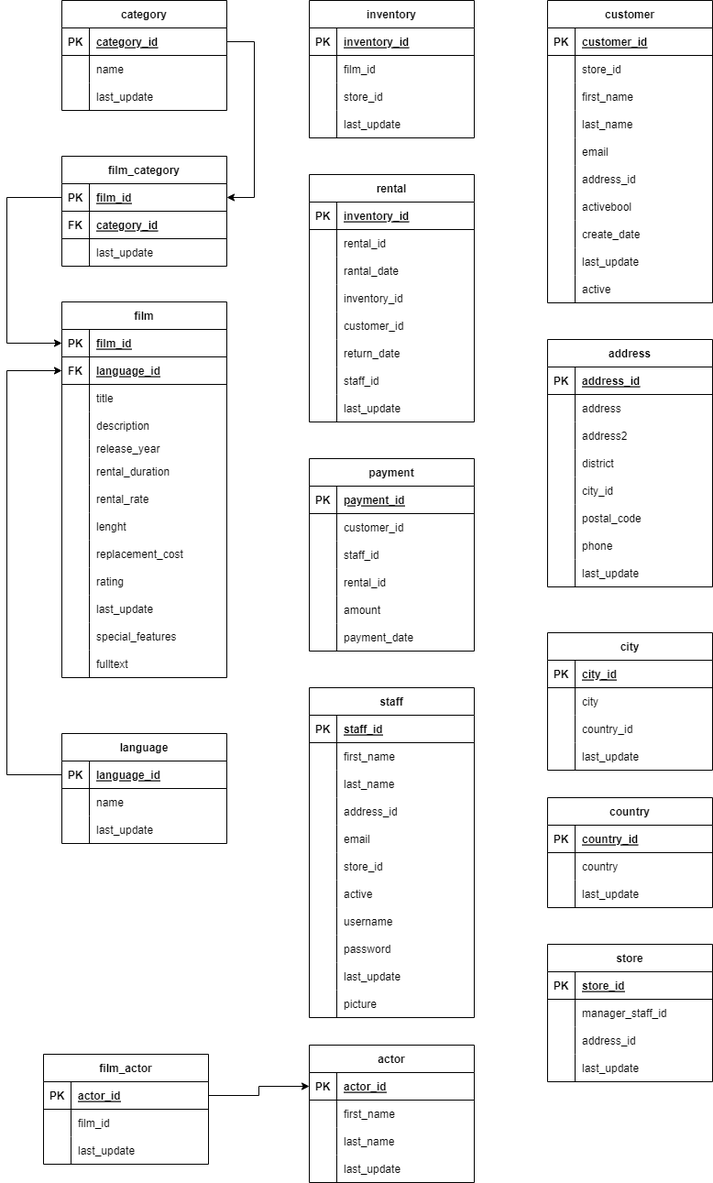
Earlier version of the draw.io export DVD Rental ER Model.drawio.png (MarianSulik/DE_diagrams). Source tidied: cells renumbered, new cells last; positions are measured from the earlier drawing's top-left corner, leaving out a move shared by most shapes.
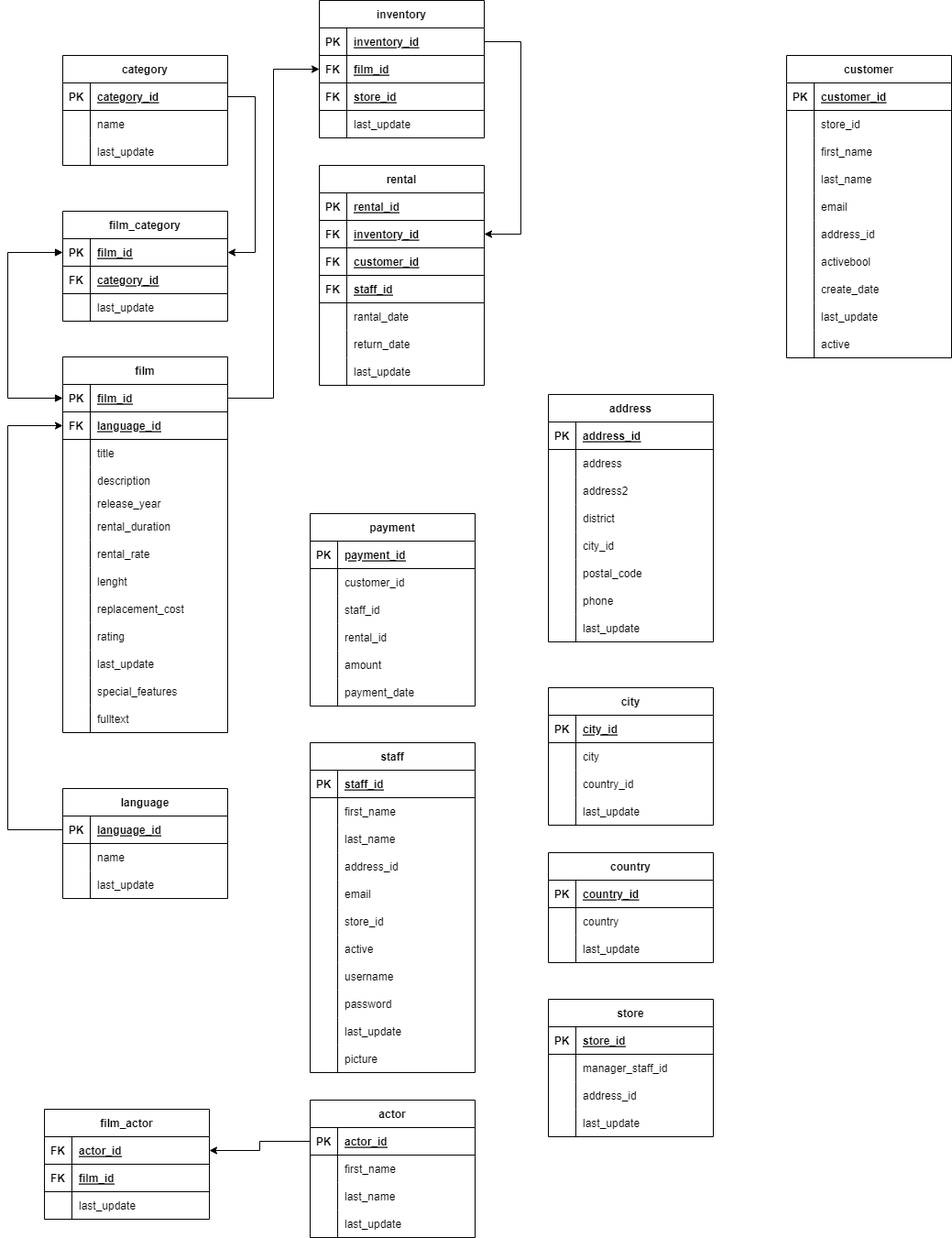
The same file after the commit.

Diff of the diagram source:
```diff
@@ -215,24 +215,24 @@
     <mxCell id="72" value="film_actor" style="shape=table;startSize=30;rowLines=0;fontStyle=1;align=center;" parent="1" vertex="1">
       <mxGeometry x="40" y="1150" width="180" height="120" as="geometry" />
     </mxCell>
+    <mxCell id="282" style="shape=tableRow;horizontal=0;startSize=0;swimlaneHead=0;swimlaneBody=0;fillColor=none;points=[[0,0.5],[1,0.5]];portConstraint=eastwest;top=0;left=0;right=0;bottom=1;" parent="72" vertex="1">
+      <mxGeometry y="30" width="180" height="30" as="geometry" />
+    </mxCell>
+    <mxCell id="283" value="FK" style="shape=partialRectangle;fillColor=none;top=0;left=0;bottom=0;right=0;fontStyle=1;overflow=hidden;" parent="282" vertex="1">
+      <mxGeometry width="30" height="30" as="geometry" />
+    </mxCell>
+    <mxCell id="284" value="actor_id" style="shape=partialRectangle;fillColor=none;top=0;left=0;bottom=0;right=0;align=left;spacingLeft=6;fontStyle=5;overflow=hidden;" parent="282" vertex="1">
+      <mxGeometry x="30" width="150" height="30" as="geometry" />
+    </mxCell>
     <mxCell id="73" style="shape=tableRow;horizontal=0;startSize=0;swimlaneHead=0;swimlaneBody=0;fillColor=none;points=[[0,0.5],[1,0.5]];portConstraint=eastwest;top=0;left=0;right=0;bottom=1;" parent="72" vertex="1">
-      <mxGeometry y="30" width="180" height="30" as="geometry" />
+      <mxGeometry y="60" width="180" height="30" as="geometry" />
     </mxCell>
-    <mxCell id="74" value="PK" style="shape=partialRectangle;fillColor=none;top=0;left=0;bottom=0;right=0;fontStyle=1;overflow=hidden;" parent="73" vertex="1">
+    <mxCell id="74" value="FK" style="shape=partialRectangle;fillColor=none;top=0;left=0;bottom=0;right=0;fontStyle=1;overflow=hidden;" parent="73" vertex="1">
       <mxGeometry width="30" height="30" as="geometry" />
     </mxCell>
-    <mxCell id="75" value="actor_id" style="shape=partialRectangle;fillColor=none;top=0;left=0;bottom=0;right=0;align=left;spacingLeft=6;fontStyle=5;overflow=hidden;" parent="73" vertex="1">
+    <mxCell id="75" value="film_id" style="shape=partialRectangle;fillColor=none;top=0;left=0;bottom=0;right=0;align=left;spacingLeft=6;fontStyle=5;overflow=hidden;" parent="73" vertex="1">
       <mxGeometry x="30" width="150" height="30" as="geometry" />
     </mxCell>
-    <mxCell id="76" style="shape=tableRow;horizontal=0;startSize=0;swimlaneHead=0;swimlaneBody=0;fillColor=none;top=0;left=0;right=0;bottom=0;" parent="72" vertex="1">
-      <mxGeometry y="60" width="180" height="30" as="geometry" />
-    </mxCell>
-    <mxCell id="77" style="shape=partialRectangle;fillColor=none;top=0;left=0;bottom=0;right=0;overflow=hidden;" parent="76" vertex="1">
-      <mxGeometry width="30" height="30" as="geometry" />
-    </mxCell>
-    <mxCell id="78" value="film_id" style="shape=partialRectangle;fillColor=none;top=0;left=0;bottom=0;right=0;align=left;spacingLeft=6;overflow=hidden;" parent="76" vertex="1">
-      <mxGeometry x="30" width="150" height="30" as="geometry" />
-    </mxCell>
     <mxCell id="79" style="shape=tableRow;horizontal=0;startSize=0;swimlaneHead=0;swimlaneBody=0;fillColor=none;top=0;left=0;right=0;bottom=0;" parent="72" vertex="1">
       <mxGeometry y="90" width="180" height="30" as="geometry" />
     </mxCell>
@@ -243,7 +243,7 @@
       <mxGeometry x="30" width="150" height="30" as="geometry" />
     </mxCell>
     <mxCell id="82" value="inventory" style="shape=table;startSize=30;rowLines=0;fontStyle=1;align=center;" parent="1" vertex="1">
-      <mxGeometry x="330" width="180" height="150" as="geometry" />
+      <mxGeometry x="340" y="-60" width="180" height="150" as="geometry" />
     </mxCell>
     <mxCell id="83" style="shape=tableRow;horizontal=0;startSize=0;swimlaneHead=0;swimlaneBody=0;fillColor=none;points=[[0,0.5],[1,0.5]];portConstraint=eastwest;top=0;left=0;right=0;bottom=1;" parent="82" vertex="1">
       <mxGeometry y="30" width="180" height="30" as="geometry" />
@@ -254,22 +254,22 @@
     <mxCell id="85" value="inventory_id" style="shape=partialRectangle;fillColor=none;top=0;left=0;bottom=0;right=0;align=left;spacingLeft=6;fontStyle=5;overflow=hidden;" parent="83" vertex="1">
       <mxGeometry x="30" width="150" height="30" as="geometry" />
     </mxCell>
-    <mxCell id="86" style="shape=tableRow;horizontal=0;startSize=0;swimlaneHead=0;swimlaneBody=0;fillColor=none;top=0;left=0;right=0;bottom=0;" parent="82" vertex="1">
-      <mxGeometry y="60" width="180" height="30" as="geometry" />
-    </mxCell>
-    <mxCell id="87" style="shape=partialRectangle;fillColor=none;top=0;left=0;bottom=0;right=0;overflow=hidden;" parent="86" vertex="1">
-      <mxGeometry width="30" height="30" as="geometry" />
-    </mxCell>
-    <mxCell id="88" value="film_id" style="shape=partialRectangle;fillColor=none;top=0;left=0;bottom=0;right=0;align=left;spacingLeft=6;overflow=hidden;" parent="86" vertex="1">
-      <mxGeometry x="30" width="150" height="30" as="geometry" />
-    </mxCell>
-    <mxCell id="89" style="shape=tableRow;horizontal=0;startSize=0;swimlaneHead=0;swimlaneBody=0;fillColor=none;top=0;left=0;right=0;bottom=0;" parent="82" vertex="1">
-      <mxGeometry y="90" width="180" height="30" as="geometry" />
-    </mxCell>
-    <mxCell id="90" style="shape=partialRectangle;fillColor=none;top=0;left=0;bottom=0;right=0;overflow=hidden;" parent="89" vertex="1">
-      <mxGeometry width="30" height="30" as="geometry" />
-    </mxCell>
+    <mxCell id="285" style="shape=tableRow;horizontal=0;startSize=0;swimlaneHead=0;swimlaneBody=0;fillColor=none;points=[[0,0.5],[1,0.5]];portConstraint=eastwest;top=0;left=0;right=0;bottom=1;" parent="82" vertex="1">
+      <mxGeometry y="60" width="180" height="30" as="geometry" />
+    </mxCell>
+    <mxCell id="286" value="FK" style="shape=partialRectangle;fillColor=none;top=0;left=0;bottom=0;right=0;fontStyle=1;overflow=hidden;" parent="285" vertex="1">
+      <mxGeometry width="30" height="30" as="geometry" />
+    </mxCell>
+    <mxCell id="287" value="film_id" style="shape=partialRectangle;fillColor=none;top=0;left=0;bottom=0;right=0;align=left;spacingLeft=6;fontStyle=5;overflow=hidden;" parent="285" vertex="1">
+      <mxGeometry x="30" width="150" height="30" as="geometry" />
+    </mxCell>
+    <mxCell id="288" style="shape=tableRow;horizontal=0;startSize=0;swimlaneHead=0;swimlaneBody=0;fillColor=none;top=0;left=0;right=0;bottom=1;" parent="82" vertex="1">
+      <mxGeometry y="90" width="180" height="30" as="geometry" />
+    </mxCell>
+    <mxCell id="289" value="FK" style="shape=partialRectangle;fillColor=none;top=0;left=0;bottom=0;right=0;fontStyle=1;overflow=hidden;" parent="288" vertex="1">
+      <mxGeometry width="30" height="30" as="geometry" />
+    </mxCell>
-    <mxCell id="91" value="store_id" style="shape=partialRectangle;fillColor=none;top=0;left=0;bottom=0;right=0;align=left;spacingLeft=6;overflow=hidden;" parent="89" vertex="1">
+    <mxCell id="91" value="store_id" style="shape=partialRectangle;fillColor=none;top=0;left=0;bottom=0;right=0;align=left;spacingLeft=6;fontStyle=5;overflow=hidden;" parent="288" vertex="1">
       <mxGeometry x="30" width="150" height="30" as="geometry" />
     </mxCell>
     <mxCell id="92" style="shape=tableRow;horizontal=0;startSize=0;swimlaneHead=0;swimlaneBody=0;fillColor=none;top=0;left=0;right=0;bottom=0;" parent="82" vertex="1">
@@ -282,7 +282,7 @@
       <mxGeometry x="30" width="150" height="30" as="geometry" />
     </mxCell>
     <mxCell id="95" value="rental" style="shape=table;startSize=30;rowLines=0;fontStyle=1;align=center;" parent="1" vertex="1">
-      <mxGeometry x="330" y="190" width="180" height="270" as="geometry" />
+      <mxGeometry x="340" y="120" width="180" height="240" as="geometry" />
     </mxCell>
     <mxCell id="96" style="shape=tableRow;horizontal=0;startSize=0;swimlaneHead=0;swimlaneBody=0;fillColor=none;top=0;left=0;right=0;bottom=1;" parent="95" vertex="1">
       <mxGeometry y="30" width="180" height="30" as="geometry" />
@@ -290,20 +290,38 @@
     <mxCell id="97" value="PK" style="shape=partialRectangle;fillColor=none;top=0;left=0;bottom=0;right=0;fontStyle=1;overflow=hidden;" parent="96" vertex="1">
       <mxGeometry width="30" height="30" as="geometry" />
     </mxCell>
-    <mxCell id="98" value="inventory_id" style="shape=partialRectangle;fillColor=none;top=0;left=0;bottom=0;right=0;align=left;spacingLeft=6;fontStyle=5;overflow=hidden;" parent="96" vertex="1">
+    <mxCell id="98" value="rental_id" style="shape=partialRectangle;fillColor=none;top=0;left=0;bottom=0;right=0;align=left;spacingLeft=6;fontStyle=5;overflow=hidden;" parent="96" vertex="1">
       <mxGeometry x="30" width="150" height="30" as="geometry" />
     </mxCell>
-    <mxCell id="99" style="shape=tableRow;horizontal=0;startSize=0;swimlaneHead=0;swimlaneBody=0;fillColor=none;top=0;left=0;right=0;bottom=0;" parent="95" vertex="1">
-      <mxGeometry y="60" width="180" height="30" as="geometry" />
-    </mxCell>
-    <mxCell id="100" style="shape=partialRectangle;fillColor=none;top=0;left=0;bottom=0;right=0;overflow=hidden;" parent="99" vertex="1">
-      <mxGeometry width="30" height="30" as="geometry" />
-    </mxCell>
-    <mxCell id="101" value="rental_id" style="shape=partialRectangle;fillColor=none;top=0;left=0;bottom=0;right=0;align=left;spacingLeft=6;overflow=hidden;" parent="99" vertex="1">
-      <mxGeometry x="30" width="150" height="30" as="geometry" />
-    </mxCell>
+    <mxCell id="290" style="shape=tableRow;horizontal=0;startSize=0;swimlaneHead=0;swimlaneBody=0;fillColor=none;points=[[0,0.5],[1,0.5]];portConstraint=eastwest;top=0;left=0;right=0;bottom=1;" parent="95" vertex="1">
+      <mxGeometry y="60" width="180" height="30" as="geometry" />
+    </mxCell>
+    <mxCell id="291" value="FK" style="shape=partialRectangle;fillColor=none;top=0;left=0;bottom=0;right=0;fontStyle=1;overflow=hidden;" parent="290" vertex="1">
+      <mxGeometry width="30" height="30" as="geometry" />
+    </mxCell>
+    <mxCell id="107" value="inventory_id" style="shape=partialRectangle;fillColor=none;top=0;left=0;bottom=0;right=0;align=left;spacingLeft=6;fontStyle=5;overflow=hidden;" parent="290" vertex="1">
+      <mxGeometry x="30" width="150" height="30" as="geometry" />
+    </mxCell>
+    <mxCell id="292" style="shape=tableRow;horizontal=0;startSize=0;swimlaneHead=0;swimlaneBody=0;fillColor=none;top=0;left=0;right=0;bottom=1;" parent="95" vertex="1">
+      <mxGeometry y="90" width="180" height="30" as="geometry" />
+    </mxCell>
+    <mxCell id="293" value="FK" style="shape=partialRectangle;fillColor=none;top=0;left=0;bottom=0;right=0;fontStyle=1;overflow=hidden;" parent="292" vertex="1">
+      <mxGeometry width="30" height="30" as="geometry" />
+    </mxCell>
+    <mxCell id="110" value="customer_id" style="shape=partialRectangle;fillColor=none;top=0;left=0;bottom=0;right=0;align=left;spacingLeft=6;fontStyle=5;overflow=hidden;" parent="292" vertex="1">
+      <mxGeometry x="30" width="150" height="30" as="geometry" />
+    </mxCell>
+    <mxCell id="294" style="shape=tableRow;horizontal=0;startSize=0;swimlaneHead=0;swimlaneBody=0;fillColor=none;top=0;left=0;right=0;bottom=1;" parent="95" vertex="1">
+      <mxGeometry y="120" width="180" height="30" as="geometry" />
+    </mxCell>
+    <mxCell id="295" value="FK" style="shape=partialRectangle;fillColor=none;top=0;left=0;bottom=0;right=0;fontStyle=1;overflow=hidden;" parent="294" vertex="1">
+      <mxGeometry width="30" height="30" as="geometry" />
+    </mxCell>
+    <mxCell id="116" value="staff_id" style="shape=partialRectangle;fillColor=none;top=0;left=0;bottom=0;right=0;align=left;spacingLeft=6;fontStyle=5;overflow=hidden;" parent="294" vertex="1">
+      <mxGeometry x="30" width="150" height="30" as="geometry" />
+    </mxCell>
     <mxCell id="102" style="shape=tableRow;horizontal=0;startSize=0;swimlaneHead=0;swimlaneBody=0;fillColor=none;top=0;left=0;right=0;bottom=0;" parent="95" vertex="1">
-      <mxGeometry y="90" width="180" height="30" as="geometry" />
+      <mxGeometry y="150" width="180" height="30" as="geometry" />
     </mxCell>
     <mxCell id="103" style="shape=partialRectangle;fillColor=none;top=0;left=0;bottom=0;right=0;overflow=hidden;" parent="102" vertex="1">
       <mxGeometry width="30" height="30" as="geometry" />
@@ -311,24 +329,6 @@
     <mxCell id="104" value="rantal_date" style="shape=partialRectangle;fillColor=none;top=0;left=0;bottom=0;right=0;align=left;spacingLeft=6;overflow=hidden;" parent="102" vertex="1">
       <mxGeometry x="30" width="150" height="30" as="geometry" />
     </mxCell>
-    <mxCell id="105" style="shape=tableRow;horizontal=0;startSize=0;swimlaneHead=0;swimlaneBody=0;fillColor=none;top=0;left=0;right=0;bottom=0;" parent="95" vertex="1">
-      <mxGeometry y="120" width="180" height="30" as="geometry" />
-    </mxCell>
-    <mxCell id="106" style="shape=partialRectangle;fillColor=none;top=0;left=0;bottom=0;right=0;overflow=hidden;" parent="105" vertex="1">
-      <mxGeometry width="30" height="30" as="geometry" />
-    </mxCell>
-    <mxCell id="107" value="inventory_id" style="shape=partialRectangle;fillColor=none;top=0;left=0;bottom=0;right=0;align=left;spacingLeft=6;overflow=hidden;" parent="105" vertex="1">
-      <mxGeometry x="30" width="150" height="30" as="geometry" />
-    </mxCell>
-    <mxCell id="108" style="shape=tableRow;horizontal=0;startSize=0;swimlaneHead=0;swimlaneBody=0;fillColor=none;top=0;left=0;right=0;bottom=0;" parent="95" vertex="1">
-      <mxGeometry y="150" width="180" height="30" as="geometry" />
-    </mxCell>
-    <mxCell id="109" style="shape=partialRectangle;fillColor=none;top=0;left=0;bottom=0;right=0;overflow=hidden;" parent="108" vertex="1">
-      <mxGeometry width="30" height="30" as="geometry" />
-    </mxCell>
-    <mxCell id="110" value="customer_id" style="shape=partialRectangle;fillColor=none;top=0;left=0;bottom=0;right=0;align=left;spacingLeft=6;overflow=hidden;" parent="108" vertex="1">
-      <mxGeometry x="30" width="150" height="30" as="geometry" />
-    </mxCell>
     <mxCell id="111" style="shape=tableRow;horizontal=0;startSize=0;swimlaneHead=0;swimlaneBody=0;fillColor=none;top=0;left=0;right=0;bottom=0;" parent="95" vertex="1">
       <mxGeometry y="180" width="180" height="30" as="geometry" />
     </mxCell>
@@ -338,17 +338,8 @@
     <mxCell id="113" value="return_date" style="shape=partialRectangle;fillColor=none;top=0;left=0;bottom=0;right=0;align=left;spacingLeft=6;overflow=hidden;" parent="111" vertex="1">
       <mxGeometry x="30" width="150" height="30" as="geometry" />
     </mxCell>
-    <mxCell id="114" style="shape=tableRow;horizontal=0;startSize=0;swimlaneHead=0;swimlaneBody=0;fillColor=none;top=0;left=0;right=0;bottom=0;" parent="95" vertex="1">
-      <mxGeometry y="210" width="180" height="30" as="geometry" />
-    </mxCell>
-    <mxCell id="115" style="shape=partialRectangle;fillColor=none;top=0;left=0;bottom=0;right=0;overflow=hidden;" parent="114" vertex="1">
-      <mxGeometry width="30" height="30" as="geometry" />
-    </mxCell>
-    <mxCell id="116" value="staff_id" style="shape=partialRectangle;fillColor=none;top=0;left=0;bottom=0;right=0;align=left;spacingLeft=6;overflow=hidden;" parent="114" vertex="1">
-      <mxGeometry x="30" width="150" height="30" as="geometry" />
-    </mxCell>
     <mxCell id="117" style="shape=tableRow;horizontal=0;startSize=0;swimlaneHead=0;swimlaneBody=0;fillColor=none;top=0;left=0;right=0;bottom=0;" parent="95" vertex="1">
-      <mxGeometry y="240" width="180" height="30" as="geometry" />
+      <mxGeometry y="210" width="180" height="30" as="geometry" />
     </mxCell>
     <mxCell id="118" style="shape=partialRectangle;fillColor=none;top=0;left=0;bottom=0;right=0;overflow=hidden;" parent="117" vertex="1">
       <mxGeometry width="30" height="30" as="geometry" />
@@ -555,7 +546,7 @@
       <mxGeometry x="30" width="150" height="30" as="geometry" />
     </mxCell>
     <mxCell id="186" value="customer" style="shape=table;startSize=30;rowLines=0;fontStyle=1;align=center;" parent="1" vertex="1">
-      <mxGeometry x="590" width="180" height="330" as="geometry" />
+      <mxGeometry x="850" width="180" height="330" as="geometry" />
     </mxCell>
     <mxCell id="187" style="shape=tableRow;horizontal=0;startSize=0;swimlaneHead=0;swimlaneBody=0;fillColor=none;top=0;left=0;right=0;bottom=1;" parent="186" vertex="1">
       <mxGeometry y="30" width="180" height="30" as="geometry" />
@@ -830,17 +821,6 @@
     <mxCell id="277" value="last_update" style="shape=partialRectangle;fillColor=none;top=0;left=0;bottom=0;right=0;align=left;spacingLeft=6;overflow=hidden;" parent="275" vertex="1">
       <mxGeometry x="30" width="150" height="30" as="geometry" />
     </mxCell>
-    <mxCell id="278" style="edgeStyle=orthogonalEdgeStyle;rounded=0;jettySize=auto;html=1;exitX=1;exitY=0.5;exitDx=0;exitDy=0;entryX=0;entryY=0.5;entryDx=0;entryDy=0;" parent="1" edge="1" source="73" target="174">
-      <mxGeometry relative="1" as="geometry" />
-    </mxCell>
-    <mxCell id="279" style="edgeStyle=orthogonalEdgeStyle;rounded=0;jettySize=auto;html=1;exitX=0;exitY=0.5;exitDx=0;exitDy=0;entryX=0;entryY=0.5;entryDx=0;entryDy=0;" parent="1" edge="1" source="13" target="33">
-      <mxGeometry relative="1" as="geometry">
-        <Array as="points">
-          <mxPoint y="215" />
-          <mxPoint y="374" />
-        </Array>
-      </mxGeometry>
-    </mxCell>
     <mxCell id="280" style="edgeStyle=orthogonalEdgeStyle;rounded=0;jettySize=auto;html=1;exitX=1;exitY=0.5;exitDx=0;exitDy=0;entryX=1;entryY=0.5;entryDx=0;entryDy=0;" parent="1" edge="1" source="3" target="13">
       <mxGeometry relative="1" as="geometry">
         <Array as="points">
@@ -857,5 +837,27 @@
         </Array>
       </mxGeometry>
     </mxCell>
+    <mxCell id="296" style="edgeStyle=orthogonalEdgeStyle;rounded=0;jettySize=auto;html=1;exitX=0;exitY=0.5;exitDx=0;exitDy=0;entryX=1;entryY=0.5;entryDx=0;entryDy=0;" parent="1" edge="1" source="174" target="282">
+      <mxGeometry relative="1" as="geometry" />
+    </mxCell>
+    <mxCell id="279" style="endArrow=block;startArrow=block;endFill=1;startFill=1;html=1;rounded=0;exitX=0;exitY=0.5;exitDx=0;exitDy=0;entryX=0;entryY=0.5;entryDx=0;entryDy=0;" parent="1" edge="1" source="13" target="33">
+      <mxGeometry relative="1" as="geometry">
+        <Array as="points">
+          <mxPoint y="215" />
+          <mxPoint y="374" />
+        </Array>
+      </mxGeometry>
+    </mxCell>
+    <mxCell id="297" style="edgeStyle=orthogonalEdgeStyle;rounded=0;jettySize=auto;html=1;exitX=1;exitY=0.5;exitDx=0;exitDy=0;entryX=0;entryY=0.5;entryDx=0;entryDy=0;" parent="1" edge="1" source="33" target="285">
+      <mxGeometry relative="1" as="geometry" />
+    </mxCell>
+    <mxCell id="298" style="edgeStyle=orthogonalEdgeStyle;rounded=0;jettySize=auto;html=1;exitX=1;exitY=0.5;exitDx=0;exitDy=0;entryX=1;entryY=0.5;entryDx=0;entryDy=0;" parent="1" edge="1" source="83" target="290">
+      <mxGeometry relative="1" as="geometry">
+        <Array as="points">
+          <mxPoint x="560" y="-15" />
+          <mxPoint x="560" y="195" />
+        </Array>
+      </mxGeometry>
+    </mxCell>
   </root>
 </mxGraphModel>
```
